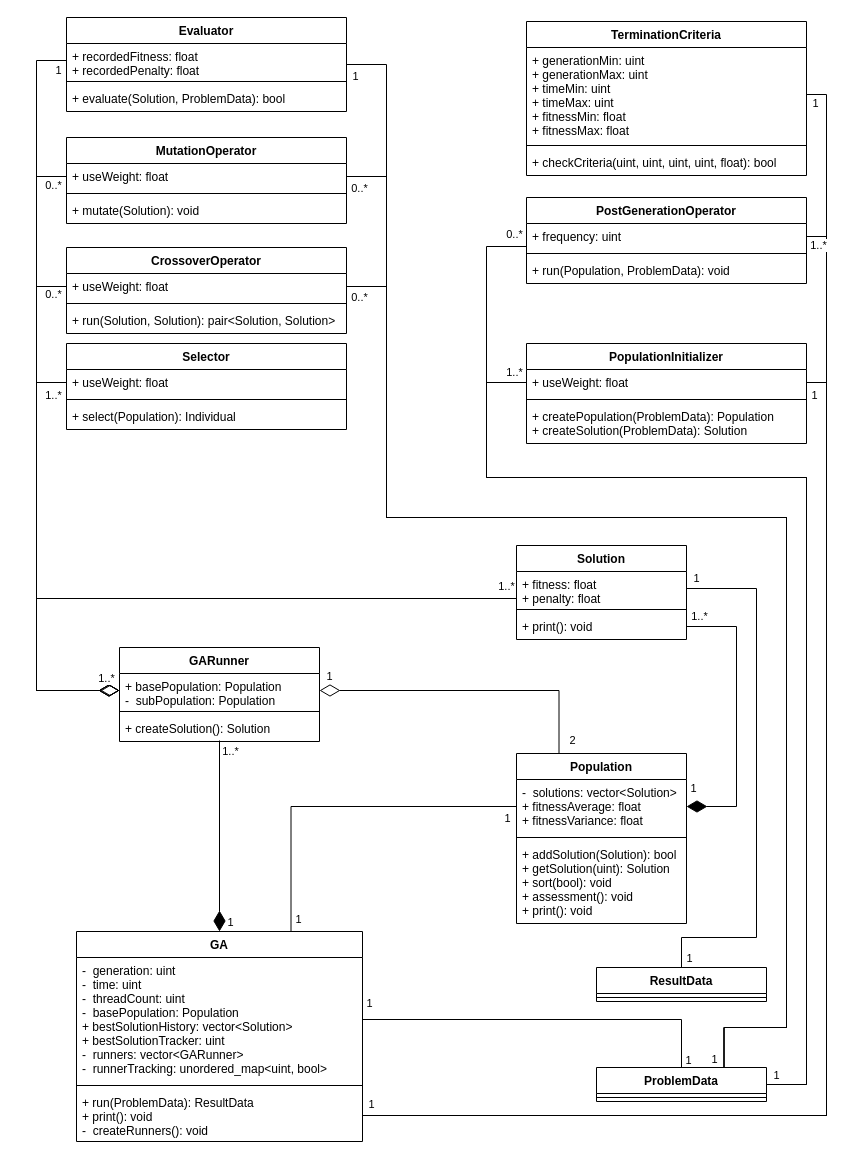
Earlier version of the draw.io diagram design.drawio (terratenff/ga-lib). Source tidied: cells renumbered, new cells numbered last; positions are measured from the earlier drawing's top-left corner, leaving out a move shared by most shapes. Both pictures are drawn from the tidied source at 100%, with x=0, y=0 at pixel (36, 17).
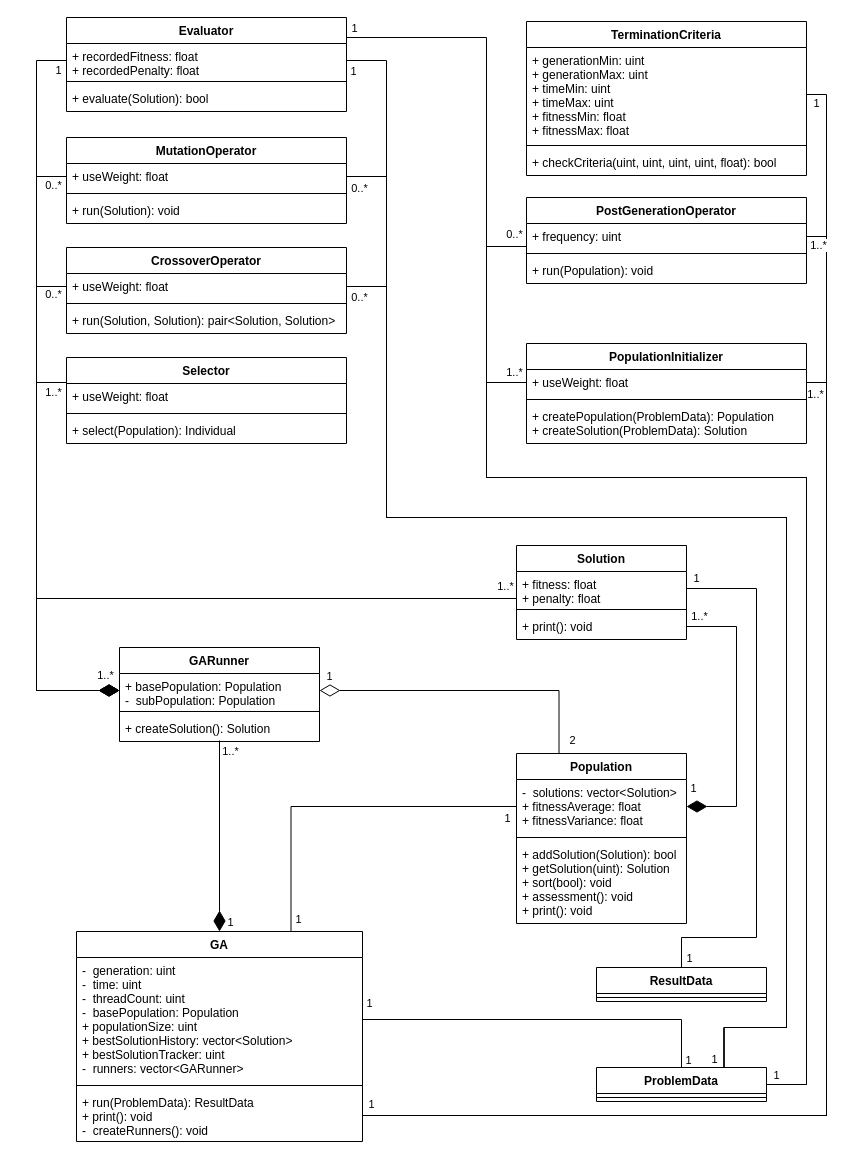
After the change.

Unchanged cells that the change refers to:
```xml
<mxCell id="8" value="GA" style="swimlane;fontStyle=1;align=center;verticalAlign=top;horizontal=1;startSize=26;" parent="1" vertex="1">
  <mxGeometry x="40" y="914" width="286" height="210" as="geometry" />
</mxCell>
<mxCell id="12" value="Evaluator" style="swimlane;fontStyle=1;align=center;verticalAlign=top;horizontal=1;startSize=26;" parent="1" vertex="1">
  <mxGeometry x="30" width="280" height="94" as="geometry" />
</mxCell>
<mxCell id="13" value="+ recordedFitness: float&#10;+ recordedPenalty: float" style="text;strokeColor=none;fillColor=none;align=left;verticalAlign=top;spacingLeft=4;spacingRight=4;overflow=hidden;points=[[0,0.5],[1,0.5]];portConstraint=eastwest;" parent="12" vertex="1">
  <mxGeometry y="26" width="280" height="34" as="geometry" />
</mxCell>
<mxCell id="17" value="+ useWeight: float" style="text;strokeColor=none;fillColor=none;align=left;verticalAlign=top;spacingLeft=4;spacingRight=4;overflow=hidden;points=[[0,0.5],[1,0.5]];portConstraint=eastwest;" parent="16" vertex="1">
  <mxGeometry y="26" width="280" height="26" as="geometry" />
</mxCell>
<mxCell id="24" value="MutationOperator" style="swimlane;fontStyle=1;align=center;verticalAlign=top;horizontal=1;startSize=26;" parent="1" vertex="1">
  <mxGeometry x="30" y="120" width="280" height="86" as="geometry" />
</mxCell>
<mxCell id="49" value="ProblemData" style="swimlane;fontStyle=1;align=center;verticalAlign=top;horizontal=1;startSize=26;" parent="1" vertex="1">
  <mxGeometry x="560" y="1050" width="170" height="34" as="geometry" />
</mxCell>
<mxCell id="63" value="+ basePopulation: Population&#10;-  subPopulation: Population" style="text;strokeColor=none;fillColor=none;align=left;verticalAlign=top;spacingLeft=4;spacingRight=4;overflow=hidden;points=[[0,0.5],[1,0.5]];portConstraint=eastwest;" parent="62" vertex="1">
  <mxGeometry y="26" width="200" height="34" as="geometry" />
</mxCell>
<mxCell id="66" value="PostGenerationOperator" style="swimlane;fontStyle=1;align=center;verticalAlign=top;horizontal=1;startSize=26;" parent="1" vertex="1">
  <mxGeometry x="490" y="180" width="280" height="86" as="geometry" />
</mxCell>
<mxCell id="67" value="+ frequency: uint" style="text;strokeColor=none;fillColor=none;align=left;verticalAlign=top;spacingLeft=4;spacingRight=4;overflow=hidden;points=[[0,0.5],[1,0.5]];portConstraint=eastwest;" parent="66" vertex="1">
  <mxGeometry y="26" width="280" height="26" as="geometry" />
</mxCell>
<mxCell id="80" style="edgeStyle=orthogonalEdgeStyle;rounded=0;jettySize=auto;html=1;entryX=1;entryY=0.5;entryDx=0;entryDy=0;endArrow=none;endFill=0;exitX=1;exitY=0.5;exitDx=0;exitDy=0;" parent="1" edge="1" source="11" target="95">
  <mxGeometry relative="1" as="geometry">
    <Array as="points">
      <mxPoint x="790" y="1098" />
      <mxPoint x="790" y="77" />
    </Array>
  </mxGeometry>
</mxCell>
<mxCell id="84" style="edgeStyle=orthogonalEdgeStyle;rounded=0;jettySize=auto;html=1;entryX=1;entryY=0.5;entryDx=0;entryDy=0;endArrow=none;endFill=0;exitX=1;exitY=0.5;exitDx=0;exitDy=0;" parent="1" edge="1" source="11" target="57">
  <mxGeometry relative="1" as="geometry" />
</mxCell>
```

Change to the diagram source:
```diff
@@
-    <mxCell id="9" value="-  generation: uint&#10;-  time: uint&#10;-  threadCount: uint&#10;-  basePopulation: Population&#10;+ bestSolutionHistory: vector&lt;Solution&gt;&#10;+ bestSolutionTracker: uint&#10;-  runners: vector&lt;GARunner&gt;&#10;-  runnerTracking: unordered_map&lt;uint, bool&gt;" style="text;strokeColor=none;fillColor=none;align=left;verticalAlign=top;spacingLeft=4;spacingRight=4;overflow=hidden;points=[[0,0.5],[1,0.5]];portConstraint=eastwest;" parent="8" vertex="1">
+    <mxCell id="9" value="-  generation: uint&#10;-  time: uint&#10;-  threadCount: uint&#10;-  basePopulation: Population&#10;+ populationSize: uint&#10;+ bestSolutionHistory: vector&lt;Solution&gt;&#10;+ bestSolutionTracker: uint&#10;-  runners: vector&lt;GARunner&gt;" style="text;strokeColor=none;fillColor=none;align=left;verticalAlign=top;spacingLeft=4;spacingRight=4;overflow=hidden;points=[[0,0.5],[1,0.5]];portConstraint=eastwest;" parent="8" vertex="1">
       <mxGeometry y="26" width="286" height="124" as="geometry" />
     </mxCell>
@@
-    <mxCell id="15" value="+ evaluate(Solution, ProblemData): bool" style="text;strokeColor=none;fillColor=none;align=left;verticalAlign=top;spacingLeft=4;spacingRight=4;overflow=hidden;" parent="12" vertex="1">
+    <mxCell id="15" value="+ evaluate(Solution): bool" style="text;strokeColor=none;fillColor=none;align=left;verticalAlign=top;spacingLeft=4;spacingRight=4;overflow=hidden;" parent="12" vertex="1">
       <mxGeometry y="68" width="280" height="26" as="geometry" />
     </mxCell>
     <mxCell id="16" value="Selector" style="swimlane;fontStyle=1;align=center;verticalAlign=top;horizontal=1;startSize=26;" parent="1" vertex="1">
-      <mxGeometry x="30" y="326" width="280" height="86" as="geometry" />
+      <mxGeometry x="30" y="340" width="280" height="86" as="geometry" />
     </mxCell>
@@
-    <mxCell id="27" value="+ mutate(Solution): void" style="text;strokeColor=none;fillColor=none;align=left;verticalAlign=top;spacingLeft=4;spacingRight=4;overflow=hidden;" parent="24" vertex="1">
+    <mxCell id="27" value="+ run(Solution): void" style="text;strokeColor=none;fillColor=none;align=left;verticalAlign=top;spacingLeft=4;spacingRight=4;overflow=hidden;" parent="24" vertex="1">
       <mxGeometry y="60" width="280" height="26" as="geometry" />
     </mxCell>
@@
-    <mxCell id="69" value="+ run(Population, ProblemData): void" style="text;strokeColor=none;fillColor=none;align=left;verticalAlign=top;spacingLeft=4;spacingRight=4;overflow=hidden;" parent="66" vertex="1">
+    <mxCell id="69" value="+ run(Population): void" style="text;strokeColor=none;fillColor=none;align=left;verticalAlign=top;spacingLeft=4;spacingRight=4;overflow=hidden;" parent="66" vertex="1">
       <mxGeometry y="60" width="280" height="26" as="geometry" />
     </mxCell>
@@
-    <mxCell id="77" style="edgeStyle=orthogonalEdgeStyle;rounded=0;jettySize=auto;html=1;entryX=0;entryY=0.5;entryDx=0;entryDy=0;endArrow=none;endFill=0;startArrow=diamondThin;startFill=0;startSize=18;" parent="1" edge="1" source="63" target="17">
+    <mxCell id="77" style="edgeStyle=orthogonalEdgeStyle;rounded=0;jettySize=auto;html=1;entryX=0;entryY=0.5;entryDx=0;entryDy=0;endArrow=none;endFill=0;startArrow=diamondThin;startFill=1;startSize=18;" parent="1" edge="1" source="63" target="17">
       <mxGeometry relative="1" as="geometry">
         <Array as="points">
           <mxPoint y="673" />
           <mxPoint y="365" />
         </Array>
       </mxGeometry>
     </mxCell>
     <mxCell id="78" value="1..*" style="edgeLabel;html=1;align=center;verticalAlign=middle;" parent="77" vertex="1">
       <mxGeometry x="0.76" y="1" relative="1" as="geometry">
-        <mxPoint x="17" y="-9" as="offset" />
+        <mxPoint x="17" y="1" as="offset" />
       </mxGeometry>
     </mxCell>
     <mxCell id="79" value="1..*" style="edgeLabel;html=1;align=center;verticalAlign=middle;" parent="77" vertex="1">
       <mxGeometry x="-0.87" relative="1" as="geometry">
-        <mxPoint x="13" y="-13" as="offset" />
+        <mxPoint x="13" y="-16" as="offset" />
       </mxGeometry>
     </mxCell>
@@
     <mxCell id="81" value="1" style="edgeLabel;html=1;align=center;verticalAlign=middle;" parent="80" vertex="1">
       <mxGeometry x="0.99" y="-1" relative="1" as="geometry">
-        <mxPoint y="9" as="offset" />
+        <mxPoint x="1" y="9" as="offset" />
       </mxGeometry>
     </mxCell>
@@
-    <mxCell id="86" value="1" style="edgeLabel;html=1;align=center;verticalAlign=middle;" parent="84" vertex="1">
+    <mxCell id="86" value="1..*" style="edgeLabel;html=1;align=center;verticalAlign=middle;" parent="84" vertex="1">
       <mxGeometry x="0.97" relative="1" as="geometry">
-        <mxPoint x="-10.1" y="12" as="offset" />
+        <mxPoint x="-9.1" y="11" as="offset" />
       </mxGeometry>
     </mxCell>
@@
-    <mxCell id="89" style="edgeStyle=orthogonalEdgeStyle;rounded=0;jettySize=auto;html=1;entryX=1;entryY=0.5;entryDx=0;entryDy=0;startArrow=none;startFill=0;startSize=18;endArrow=none;endFill=0;endSize=6;strokeWidth=1;exitX=0.75;exitY=0;exitDx=0;exitDy=0;" parent="1" edge="1" source="49" target="12">
+    <mxCell id="89" style="edgeStyle=orthogonalEdgeStyle;rounded=0;jettySize=auto;html=1;entryX=1;entryY=0.5;entryDx=0;entryDy=0;startArrow=none;startFill=0;startSize=18;endArrow=none;endFill=0;endSize=6;strokeWidth=1;exitX=0.75;exitY=0;exitDx=0;exitDy=0;" parent="1" edge="1" source="49" target="13">
       <mxGeometry relative="1" as="geometry">
         <Array as="points">
           <mxPoint x="688" y="1010" />
           <mxPoint x="750" y="1010" />
           <mxPoint x="750" y="500" />
           <mxPoint x="350" y="500" />
-          <mxPoint x="350" y="47" />
+          <mxPoint x="350" y="43" />
         </Array>
       </mxGeometry>
     </mxCell>
@@
     <mxCell id="91" value="1" style="edgeLabel;html=1;align=center;verticalAlign=middle;" parent="89" vertex="1">
       <mxGeometry x="0.98" y="1" relative="1" as="geometry">
-        <mxPoint x="-7.4" y="10" as="offset" />
+        <mxPoint x="-9.4" y="9" as="offset" />
       </mxGeometry>
     </mxCell>
@@
+    <mxCell id="98" style="edgeStyle=orthogonalEdgeStyle;rounded=0;jettySize=auto;html=1;entryX=-0.007;entryY=0.885;entryDx=0;entryDy=0;entryPerimeter=0;endArrow=none;endFill=0;" parent="1" edge="1" target="67">
+      <mxGeometry relative="1" as="geometry">
+        <mxPoint x="310" y="20" as="sourcePoint" />
+        <Array as="points">
+          <mxPoint x="310" y="20" />
+          <mxPoint x="450" y="20" />
+          <mxPoint x="450" y="229" />
+        </Array>
+      </mxGeometry>
+    </mxCell>
+    <mxCell id="99" value="1" style="edgeLabel;html=1;align=center;verticalAlign=middle;" parent="98" vertex="1">
+      <mxGeometry x="-0.96" y="1" relative="1" as="geometry">
+        <mxPoint x="-1" y="-9" as="offset" />
+      </mxGeometry>
+    </mxCell>
```
